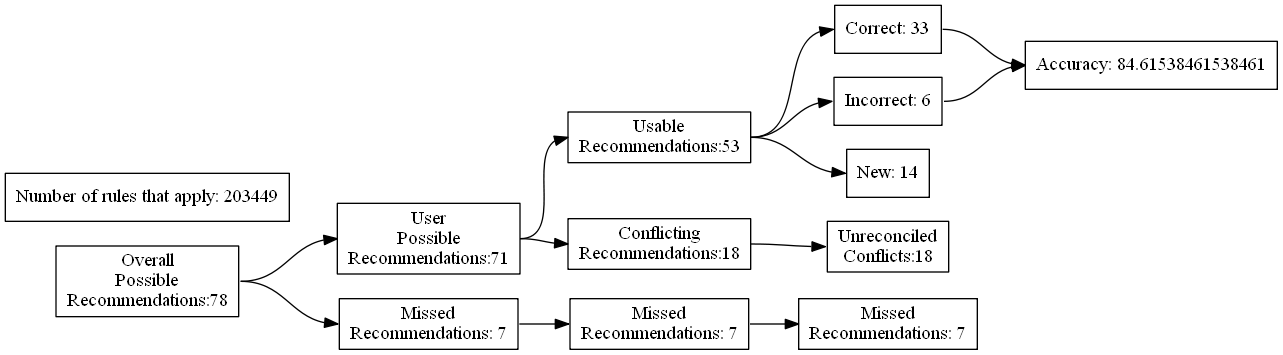
The Graphviz diagram test_renders/14.gv.png in ZaxR/ibd_diet_analysis, before a commit. Its source is kept beside it as test_renders/14.gv.
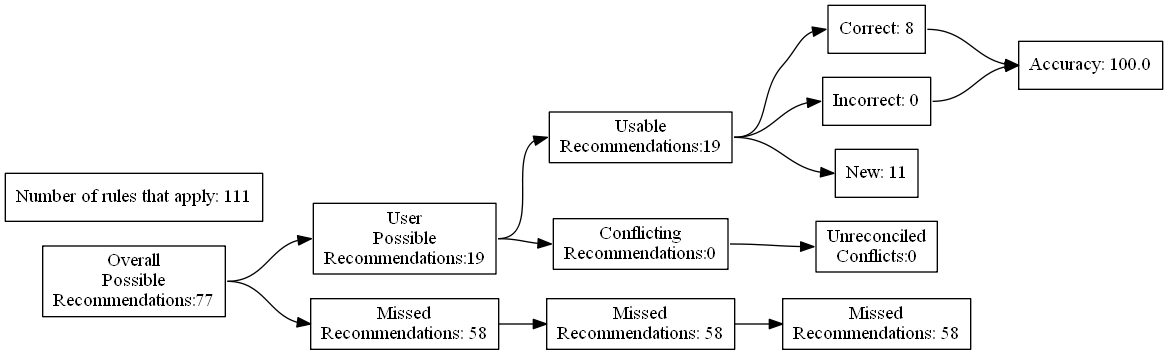
The same diagram one commit later.

Change to the diagram source:
```diff
@@ -4,27 +4,27 @@
 	edge [headport=w tailport=e]
 		A [label="Overall
 Possible
-Recommendations:78"]
+Recommendations:77"]
 		B [label="User
 Possible
-Recommendations:71"]
+Recommendations:19"]
 		C [label="Missed
-Recommendations: 7"]
+Recommendations: 58"]
 		D [label="Usable
-Recommendations:53"]
+Recommendations:19"]
 		E [label="Conflicting
-Recommendations:18"]
+Recommendations:0"]
 		J [label="Missed
-Recommendations: 7"]
+Recommendations: 58"]
 		M [label="Unreconciled
-Conflicts:18"]
-		F [label="Correct: 33"]
-		G [label="Incorrect: 6"]
-		H [label="New: 14"]
+Conflicts:0"]
+		F [label="Correct: 8"]
+		G [label="Incorrect: 0"]
+		H [label="New: 11"]
 		K [label="Missed
-Recommendations: 7"]
-		I [label="Accuracy: 84.61538461538461"]
-		l [label="Number of rules that apply: 203449"]
+Recommendations: 58"]
+		I [label="Accuracy: 100.0"]
+		l [label="Number of rules that apply: 111"]
 			A -> B
 			A -> C
 			B -> D
```
